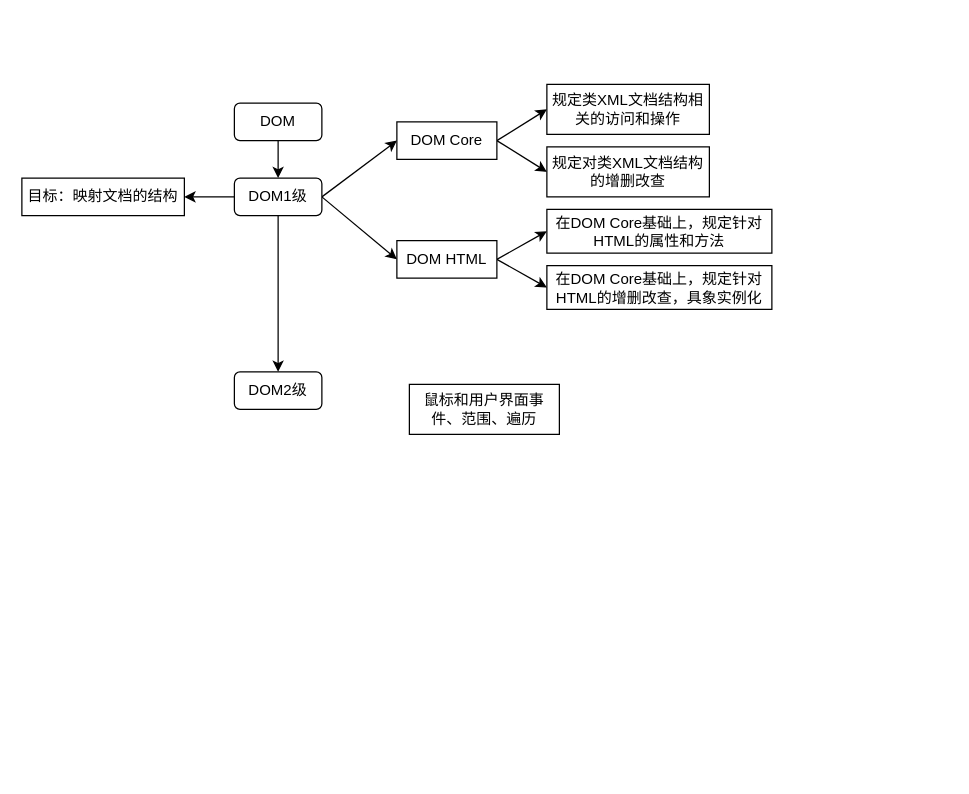
liu12fei08fei/draw-io keeps this draw.io diagram as JS-DOM发展史.drawio. Above is the earlier version. Source tidied: cells renumbered, new cells numbered last; positions are measured from the earlier drawing's top-left corner, leaving out a move shared by most shapes. Both pictures are drawn from the tidied source at 125%, with x=0, y=0 at pixel (21, 84).
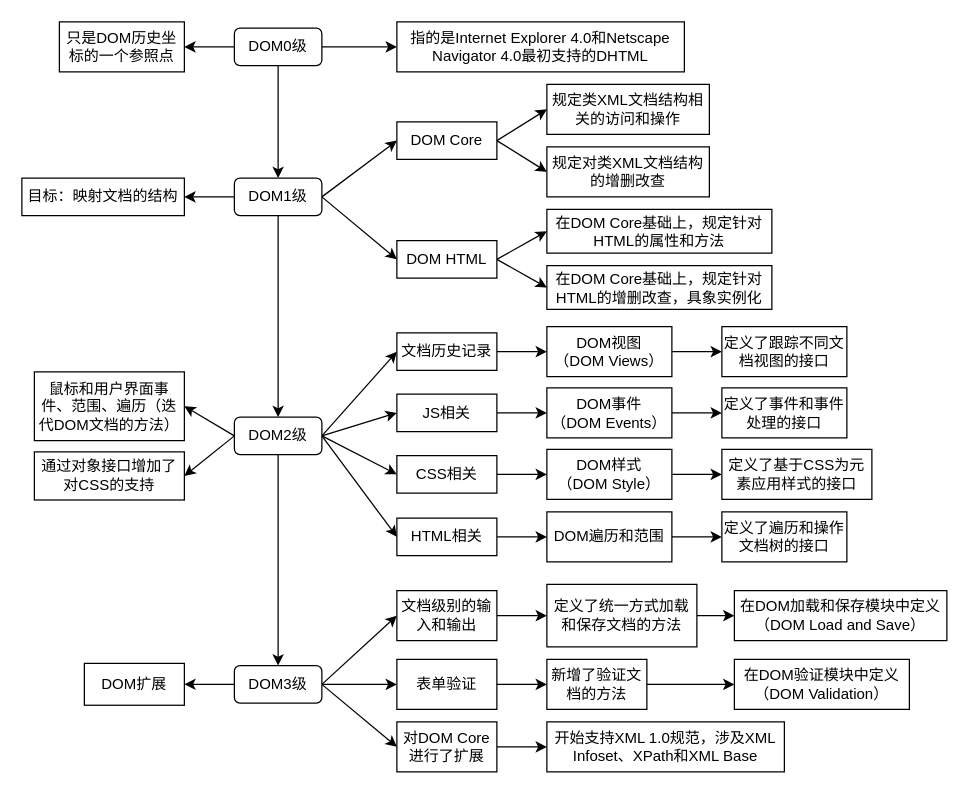
Above is the later version.

Commit message:
更新JS-DOM发展史.drawio

The edit, as a diff of the source:
```diff
@@
+    <mxCell id="22" style="edgeStyle=none;rounded=0;jettySize=auto;html=1;exitX=0;exitY=0.5;exitDx=0;exitDy=0;entryX=1;entryY=0.5;entryDx=0;entryDy=0;" parent="1" edge="1" source="3" target="71">
+      <mxGeometry relative="1" as="geometry" />
+    </mxCell>
+    <mxCell id="23" style="edgeStyle=none;rounded=0;jettySize=auto;html=1;exitX=1;exitY=0.5;exitDx=0;exitDy=0;entryX=0;entryY=0.5;entryDx=0;entryDy=0;" parent="1" edge="1" source="3" target="72">
+      <mxGeometry relative="1" as="geometry" />
+    </mxCell>
-    <mxCell id="3" value="DOM" style="rounded=1;whiteSpace=wrap;html=1;" parent="1" vertex="1">
-      <mxGeometry x="170" y="15" width="70" height="30" as="geometry" />
+    <mxCell id="3" value="DOM0级" style="rounded=1;whiteSpace=wrap;html=1;" parent="1" vertex="1">
+      <mxGeometry x="170" y="-45" width="70" height="30" as="geometry" />
     </mxCell>
@@
+    <mxCell id="24" style="rounded=0;jettySize=auto;html=1;exitX=0;exitY=0.5;exitDx=0;exitDy=0;entryX=1;entryY=0.5;entryDx=0;entryDy=0;" parent="1" edge="1" source="20" target="21">
+      <mxGeometry relative="1" as="geometry" />
+    </mxCell>
+    <mxCell id="25" style="edgeStyle=none;rounded=0;jettySize=auto;html=1;exitX=0;exitY=0.5;exitDx=0;exitDy=0;entryX=1;entryY=0.5;entryDx=0;entryDy=0;" parent="1" edge="1" source="20" target="31">
+      <mxGeometry relative="1" as="geometry" />
+    </mxCell>
+    <mxCell id="26" style="edgeStyle=none;rounded=0;jettySize=auto;html=1;exitX=1;exitY=0.5;exitDx=0;exitDy=0;entryX=0;entryY=0.5;entryDx=0;entryDy=0;" parent="1" edge="1" source="20" target="45">
+      <mxGeometry relative="1" as="geometry" />
+    </mxCell>
+    <mxCell id="27" style="edgeStyle=none;rounded=0;jettySize=auto;html=1;exitX=1;exitY=0.5;exitDx=0;exitDy=0;entryX=0;entryY=0.5;entryDx=0;entryDy=0;" parent="1" edge="1" source="20" target="47">
+      <mxGeometry relative="1" as="geometry" />
+    </mxCell>
+    <mxCell id="28" style="edgeStyle=none;rounded=0;jettySize=auto;html=1;exitX=1;exitY=0.5;exitDx=0;exitDy=0;entryX=0;entryY=0.5;entryDx=0;entryDy=0;" parent="1" edge="1" source="20" target="49">
+      <mxGeometry relative="1" as="geometry" />
+    </mxCell>
+    <mxCell id="29" style="edgeStyle=none;rounded=0;jettySize=auto;html=1;exitX=1;exitY=0.5;exitDx=0;exitDy=0;entryX=0;entryY=0.5;entryDx=0;entryDy=0;" parent="1" edge="1" source="20" target="51">
+      <mxGeometry relative="1" as="geometry" />
+    </mxCell>
+    <mxCell id="30" style="edgeStyle=none;rounded=0;jettySize=auto;html=1;exitX=0.5;exitY=1;exitDx=0;exitDy=0;entryX=0.5;entryY=0;entryDx=0;entryDy=0;" parent="1" edge="1" source="20" target="56">
+      <mxGeometry relative="1" as="geometry" />
+    </mxCell>
     <mxCell id="20" value="DOM2级" style="rounded=1;whiteSpace=wrap;html=1;" parent="1" vertex="1">
-      <mxGeometry x="170" y="230" width="70" height="30" as="geometry" />
+      <mxGeometry x="170" y="266.2" width="70" height="30" as="geometry" />
     </mxCell>
-    <mxCell id="21" value="鼠标和用户界面事件、范围、遍历" style="rounded=0;whiteSpace=wrap;html=1;" parent="1" vertex="1">
-      <mxGeometry x="310" y="240" width="120" height="40" as="geometry" />
+    <mxCell id="21" value="鼠标和用户界面事件、范围、遍历（迭代DOM文档的方法）" style="rounded=0;whiteSpace=wrap;html=1;" parent="1" vertex="1">
+      <mxGeometry x="10" y="230" width="120" height="55" as="geometry" />
     </mxCell>
+    <mxCell id="31" value="通过对象接口增加了对CSS的支持" style="rounded=0;whiteSpace=wrap;html=1;" parent="1" vertex="1">
+      <mxGeometry x="10" y="294" width="120" height="38.5" as="geometry" />
+    </mxCell>
+    <mxCell id="32" style="edgeStyle=none;rounded=0;jettySize=auto;html=1;exitX=1;exitY=0.5;exitDx=0;exitDy=0;entryX=0;entryY=0.5;entryDx=0;entryDy=0;" parent="1" edge="1" source="33" target="40">
+      <mxGeometry relative="1" as="geometry" />
+    </mxCell>
+    <mxCell id="33" value="DOM视图&lt;br&gt;（DOM Views）" style="rounded=0;whiteSpace=wrap;html=1;" parent="1" vertex="1">
+      <mxGeometry x="420" y="193.8" width="100" height="40" as="geometry" />
+    </mxCell>
+    <mxCell id="34" style="edgeStyle=none;rounded=0;jettySize=auto;html=1;exitX=1;exitY=0.5;exitDx=0;exitDy=0;entryX=0;entryY=0.5;entryDx=0;entryDy=0;" parent="1" edge="1" source="35" target="41">
+      <mxGeometry relative="1" as="geometry" />
+    </mxCell>
+    <mxCell id="35" value="DOM事件&lt;br&gt;（DOM Events）" style="rounded=0;whiteSpace=wrap;html=1;" parent="1" vertex="1">
+      <mxGeometry x="420" y="242.8" width="100" height="40" as="geometry" />
+    </mxCell>
+    <mxCell id="36" style="edgeStyle=none;rounded=0;jettySize=auto;html=1;exitX=1;exitY=0.5;exitDx=0;exitDy=0;entryX=0;entryY=0.5;entryDx=0;entryDy=0;" parent="1" edge="1" source="37" target="42">
+      <mxGeometry relative="1" as="geometry" />
+    </mxCell>
+    <mxCell id="37" value="DOM样式&lt;br&gt;（DOM Style）" style="rounded=0;whiteSpace=wrap;html=1;" parent="1" vertex="1">
+      <mxGeometry x="420" y="292" width="100" height="40" as="geometry" />
+    </mxCell>
+    <mxCell id="38" style="edgeStyle=none;rounded=0;jettySize=auto;html=1;exitX=1;exitY=0.5;exitDx=0;exitDy=0;entryX=0;entryY=0.5;entryDx=0;entryDy=0;" parent="1" edge="1" source="39" target="43">
+      <mxGeometry relative="1" as="geometry" />
+    </mxCell>
+    <mxCell id="39" value="DOM遍历和范围" style="rounded=0;whiteSpace=wrap;html=1;" parent="1" vertex="1">
+      <mxGeometry x="420" y="342" width="100" height="40" as="geometry" />
+    </mxCell>
+    <mxCell id="40" value="定义了跟踪不同文档视图的接口" style="rounded=0;whiteSpace=wrap;html=1;" parent="1" vertex="1">
+      <mxGeometry x="560" y="193.8" width="100" height="40" as="geometry" />
+    </mxCell>
+    <mxCell id="41" value="定义了事件和事件处理的接口" style="rounded=0;whiteSpace=wrap;html=1;" parent="1" vertex="1">
+      <mxGeometry x="560" y="242.8" width="100" height="40" as="geometry" />
+    </mxCell>
+    <mxCell id="42" value="定义了基于CSS为元素应用样式的接口" style="rounded=0;whiteSpace=wrap;html=1;" parent="1" vertex="1">
+      <mxGeometry x="560" y="292" width="120" height="40" as="geometry" />
+    </mxCell>
+    <mxCell id="43" value="定义了遍历和操作文档树的接口" style="rounded=0;whiteSpace=wrap;html=1;" parent="1" vertex="1">
+      <mxGeometry x="560" y="342" width="100" height="40" as="geometry" />
+    </mxCell>
+    <mxCell id="44" style="edgeStyle=none;rounded=0;jettySize=auto;html=1;exitX=1;exitY=0.5;exitDx=0;exitDy=0;entryX=0;entryY=0.5;entryDx=0;entryDy=0;" parent="1" edge="1" source="45" target="33">
+      <mxGeometry relative="1" as="geometry" />
+    </mxCell>
+    <mxCell id="45" value="文档历史记录" style="rounded=0;whiteSpace=wrap;html=1;" parent="1" vertex="1">
+      <mxGeometry x="300" y="198.8" width="80" height="30" as="geometry" />
+    </mxCell>
+    <mxCell id="46" style="edgeStyle=none;rounded=0;jettySize=auto;html=1;exitX=1;exitY=0.5;exitDx=0;exitDy=0;entryX=0;entryY=0.5;entryDx=0;entryDy=0;" parent="1" edge="1" source="47" target="35">
+      <mxGeometry relative="1" as="geometry" />
+    </mxCell>
+    <mxCell id="47" value="JS相关" style="rounded=0;whiteSpace=wrap;html=1;" parent="1" vertex="1">
+      <mxGeometry x="300" y="247.8" width="80" height="30" as="geometry" />
+    </mxCell>
+    <mxCell id="48" style="edgeStyle=none;rounded=0;jettySize=auto;html=1;exitX=1;exitY=0.5;exitDx=0;exitDy=0;entryX=0;entryY=0.5;entryDx=0;entryDy=0;" parent="1" edge="1" source="49" target="37">
+      <mxGeometry relative="1" as="geometry" />
+    </mxCell>
+    <mxCell id="49" value="CSS相关" style="rounded=0;whiteSpace=wrap;html=1;" parent="1" vertex="1">
+      <mxGeometry x="300" y="297" width="80" height="30" as="geometry" />
+    </mxCell>
+    <mxCell id="50" style="edgeStyle=none;rounded=0;jettySize=auto;html=1;exitX=1;exitY=0.5;exitDx=0;exitDy=0;entryX=0;entryY=0.5;entryDx=0;entryDy=0;" parent="1" edge="1" source="51" target="39">
+      <mxGeometry relative="1" as="geometry" />
+    </mxCell>
+    <mxCell id="51" value="HTML相关" style="rounded=0;whiteSpace=wrap;html=1;" parent="1" vertex="1">
+      <mxGeometry x="300" y="347" width="80" height="30" as="geometry" />
+    </mxCell>
+    <mxCell id="52" style="edgeStyle=none;rounded=0;jettySize=auto;html=1;exitX=0;exitY=0.5;exitDx=0;exitDy=0;entryX=1;entryY=0.5;entryDx=0;entryDy=0;" parent="1" edge="1" source="56" target="57">
+      <mxGeometry relative="1" as="geometry" />
+    </mxCell>
+    <mxCell id="53" style="edgeStyle=none;rounded=0;jettySize=auto;html=1;exitX=1;exitY=0.5;exitDx=0;exitDy=0;entryX=0;entryY=0.5;entryDx=0;entryDy=0;" parent="1" edge="1" source="56" target="68">
+      <mxGeometry relative="1" as="geometry" />
+    </mxCell>
+    <mxCell id="54" style="edgeStyle=none;rounded=0;jettySize=auto;html=1;exitX=1;exitY=0.5;exitDx=0;exitDy=0;entryX=0;entryY=0.5;entryDx=0;entryDy=0;" parent="1" edge="1" source="56" target="70">
+      <mxGeometry relative="1" as="geometry" />
+    </mxCell>
+    <mxCell id="55" style="edgeStyle=none;rounded=0;jettySize=auto;html=1;exitX=1;exitY=0.5;exitDx=0;exitDy=0;entryX=0;entryY=0.5;entryDx=0;entryDy=0;" parent="1" edge="1" source="56" target="63">
+      <mxGeometry relative="1" as="geometry" />
+    </mxCell>
+    <mxCell id="56" value="DOM3级" style="rounded=1;whiteSpace=wrap;html=1;" parent="1" vertex="1">
+      <mxGeometry x="170" y="465" width="70" height="30" as="geometry" />
+    </mxCell>
+    <mxCell id="57" value="DOM扩展" style="rounded=0;whiteSpace=wrap;html=1;" parent="1" vertex="1">
+      <mxGeometry x="50" y="463.2" width="80" height="33.5" as="geometry" />
+    </mxCell>
+    <mxCell id="58" style="edgeStyle=none;rounded=0;jettySize=auto;html=1;exitX=1;exitY=0.5;exitDx=0;exitDy=0;entryX=0;entryY=0.5;entryDx=0;entryDy=0;" parent="1" edge="1" source="59" target="64">
+      <mxGeometry relative="1" as="geometry" />
+    </mxCell>
+    <mxCell id="59" value="定义了统一方式加载和保存文档的方法" style="rounded=0;whiteSpace=wrap;html=1;" parent="1" vertex="1">
+      <mxGeometry x="420" y="400" width="120" height="50" as="geometry" />
+    </mxCell>
+    <mxCell id="60" style="edgeStyle=none;rounded=0;jettySize=auto;html=1;exitX=1;exitY=0.5;exitDx=0;exitDy=0;entryX=0;entryY=0.5;entryDx=0;entryDy=0;" parent="1" edge="1" source="61" target="65">
+      <mxGeometry relative="1" as="geometry" />
+    </mxCell>
+    <mxCell id="61" value="新增了验证文档的方法" style="rounded=0;whiteSpace=wrap;html=1;" parent="1" vertex="1">
+      <mxGeometry x="420" y="460" width="80" height="40" as="geometry" />
+    </mxCell>
+    <mxCell id="62" style="edgeStyle=none;rounded=0;jettySize=auto;html=1;exitX=1;exitY=0.5;exitDx=0;exitDy=0;entryX=0;entryY=0.5;entryDx=0;entryDy=0;" parent="1" edge="1" source="63" target="66">
+      <mxGeometry relative="1" as="geometry" />
+    </mxCell>
+    <mxCell id="63" value="对DOM Core进行了扩展" style="rounded=0;whiteSpace=wrap;html=1;" parent="1" vertex="1">
+      <mxGeometry x="300" y="510" width="80" height="40" as="geometry" />
+    </mxCell>
+    <mxCell id="64" value="在DOM加载和保存模块中定义&lt;br&gt;（DOM Load and Save）" style="rounded=0;whiteSpace=wrap;html=1;" parent="1" vertex="1">
+      <mxGeometry x="570" y="405" width="170" height="40" as="geometry" />
+    </mxCell>
+    <mxCell id="65" value="在DOM验证模块中定义&lt;br&gt;（DOM Validation）" style="rounded=0;whiteSpace=wrap;html=1;" parent="1" vertex="1">
+      <mxGeometry x="570" y="460" width="140" height="40" as="geometry" />
+    </mxCell>
+    <mxCell id="66" value="开始支持XML 1.0规范，涉及XML Infoset、XPath和XML Base" style="rounded=0;whiteSpace=wrap;html=1;" parent="1" vertex="1">
+      <mxGeometry x="420" y="510" width="190" height="40" as="geometry" />
+    </mxCell>
+    <mxCell id="67" style="edgeStyle=none;rounded=0;jettySize=auto;html=1;exitX=1;exitY=0.5;exitDx=0;exitDy=0;entryX=0;entryY=0.5;entryDx=0;entryDy=0;" parent="1" edge="1" source="68" target="59">
+      <mxGeometry relative="1" as="geometry" />
+    </mxCell>
+    <mxCell id="68" value="文档级别的输入和输出" style="rounded=0;whiteSpace=wrap;html=1;" parent="1" vertex="1">
+      <mxGeometry x="300" y="405" width="80" height="40" as="geometry" />
+    </mxCell>
+    <mxCell id="69" style="edgeStyle=none;rounded=0;jettySize=auto;html=1;exitX=1;exitY=0.5;exitDx=0;exitDy=0;entryX=0;entryY=0.5;entryDx=0;entryDy=0;" parent="1" edge="1" source="70" target="61">
+      <mxGeometry relative="1" as="geometry" />
+    </mxCell>
+    <mxCell id="70" value="表单验证" style="rounded=0;whiteSpace=wrap;html=1;" parent="1" vertex="1">
+      <mxGeometry x="300" y="460" width="80" height="40" as="geometry" />
+    </mxCell>
+    <mxCell id="71" value="只是DOM历史坐标的一个参照点" style="rounded=0;whiteSpace=wrap;html=1;" parent="1" vertex="1">
+      <mxGeometry x="30" y="-50" width="100" height="40" as="geometry" />
+    </mxCell>
+    <mxCell id="72" value="指的是Internet Explorer 4.0和Netscape Navigator 4.0最初支持的DHTML" style="rounded=0;whiteSpace=wrap;html=1;" parent="1" vertex="1">
+      <mxGeometry x="300" y="-50" width="230" height="40" as="geometry" />
+    </mxCell>
```
